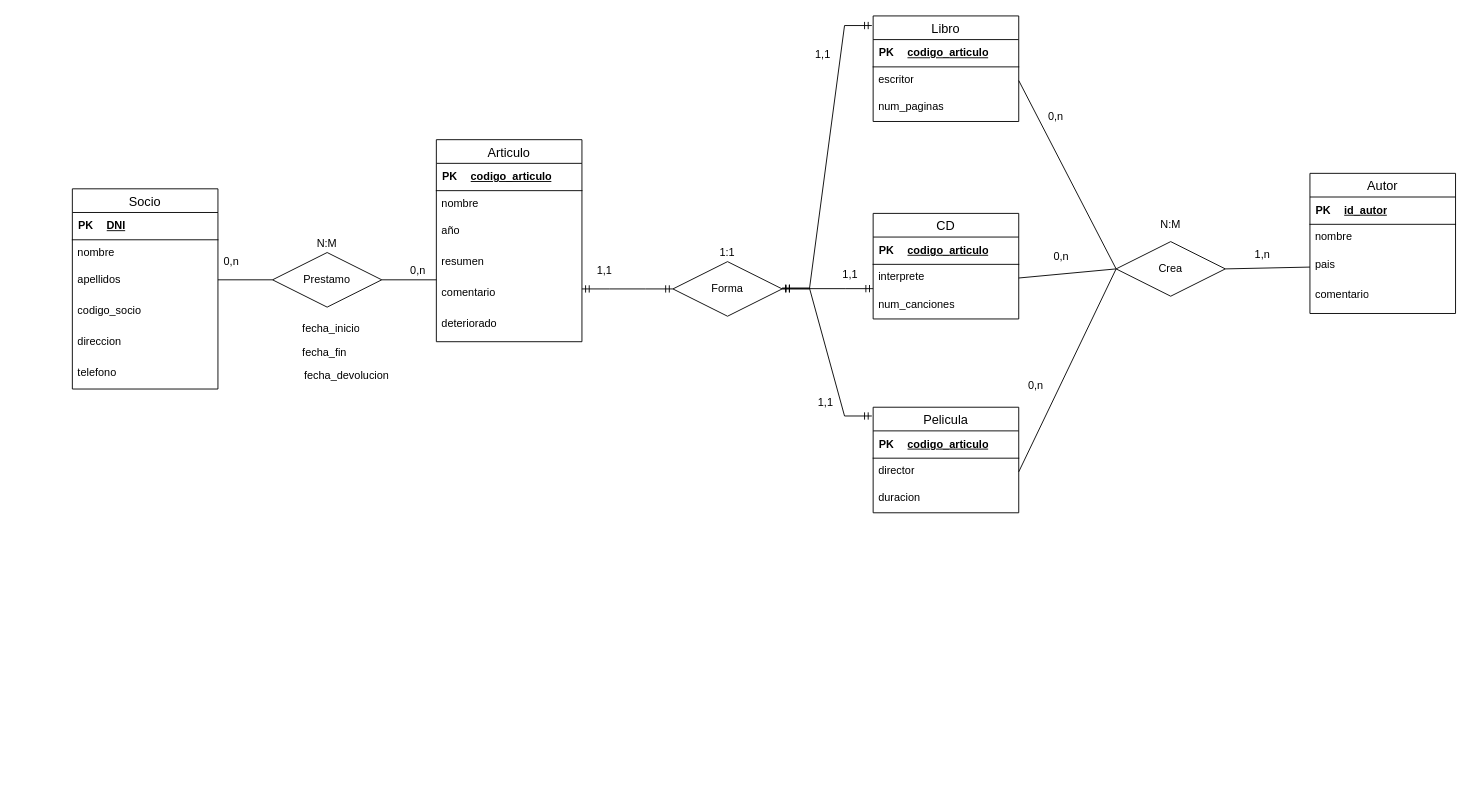
Before: Ejercicio06.drawio in Daninuro/diagrames-cvf-dn-mpl-n-11102023, a draw.io diagram. Source tidied: cells renumbered, new cells numbered last; positions are measured from the earlier drawing's top-left corner, leaving out a move shared by most shapes. Both pictures are drawn from the tidied source at 91%, with x=0, y=0 at pixel (72, 15).
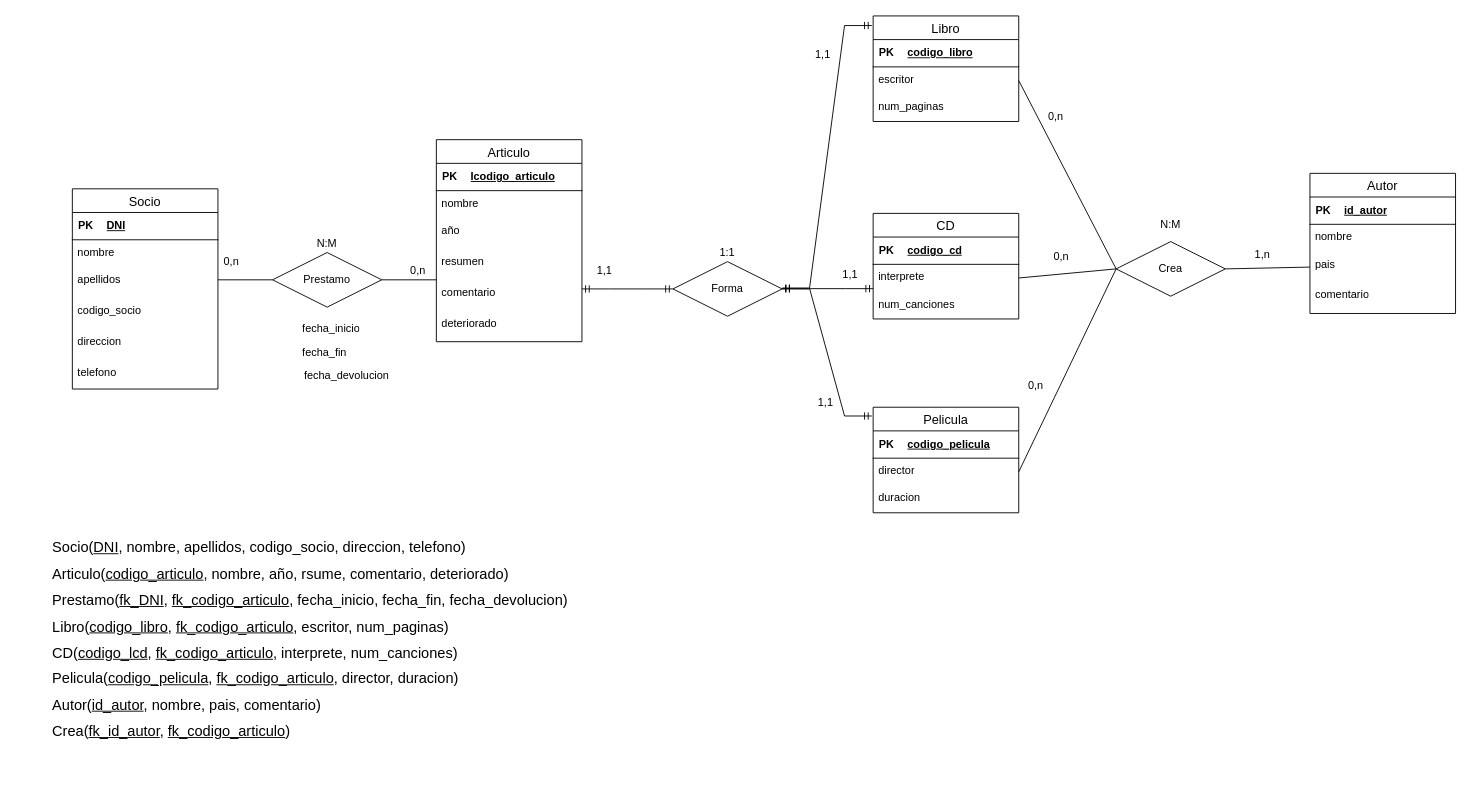
Above is the later version.

The change refers to these unchanged cells:
```xml
<mxCell id="14" style="shape=tableRow;horizontal=0;startSize=0;swimlaneHead=0;swimlaneBody=0;fillColor=none;top=0;left=0;right=0;bottom=1;" parent="13" vertex="1">
  <mxGeometry width="160" height="30" as="geometry" />
</mxCell>
<mxCell id="24" style="shape=tableRow;horizontal=0;startSize=0;swimlaneHead=0;swimlaneBody=0;fillColor=none;top=0;left=0;right=0;bottom=1;" parent="23" vertex="1">
  <mxGeometry width="160" height="30" as="geometry" />
</mxCell>
<mxCell id="31" style="shape=tableRow;horizontal=0;startSize=0;swimlaneHead=0;swimlaneBody=0;fillColor=none;top=0;left=0;right=0;bottom=1;" parent="30" vertex="1">
  <mxGeometry width="160" height="30" as="geometry" />
</mxCell>
<mxCell id="38" style="shape=tableRow;horizontal=0;startSize=0;swimlaneHead=0;swimlaneBody=0;fillColor=none;top=0;left=0;right=0;bottom=1;" parent="37" vertex="1">
  <mxGeometry width="160" height="30" as="geometry" />
</mxCell>
```

Change to the diagram source:
```diff
@@
-    <mxCell id="16" value="codigo_articulo" style="shape=partialRectangle;fillColor=none;top=0;left=0;bottom=0;right=0;align=left;spacingLeft=6;fontStyle=5;overflow=hidden;whiteSpace=wrap;html=1;" parent="14" vertex="1">
+    <mxCell id="16" value="Icodigo_articulo" style="shape=partialRectangle;fillColor=none;top=0;left=0;bottom=0;right=0;align=left;spacingLeft=6;fontStyle=5;overflow=hidden;whiteSpace=wrap;html=1;" parent="14" vertex="1">
       <mxGeometry x="30" width="130" height="30" as="geometry" />
     </mxCell>
@@
-    <mxCell id="26" value="codigo_articulo" style="shape=partialRectangle;fillColor=none;top=0;left=0;bottom=0;right=0;align=left;spacingLeft=6;fontStyle=5;overflow=hidden;whiteSpace=wrap;html=1;" parent="24" vertex="1">
+    <mxCell id="26" value="codigo_pelicula" style="shape=partialRectangle;fillColor=none;top=0;left=0;bottom=0;right=0;align=left;spacingLeft=6;fontStyle=5;overflow=hidden;whiteSpace=wrap;html=1;" parent="24" vertex="1">
       <mxGeometry x="30" width="130" height="30" as="geometry" />
     </mxCell>
@@
-    <mxCell id="33" value="codigo_articulo" style="shape=partialRectangle;fillColor=none;top=0;left=0;bottom=0;right=0;align=left;spacingLeft=6;fontStyle=5;overflow=hidden;whiteSpace=wrap;html=1;" parent="31" vertex="1">
+    <mxCell id="33" value="codigo_libro" style="shape=partialRectangle;fillColor=none;top=0;left=0;bottom=0;right=0;align=left;spacingLeft=6;fontStyle=5;overflow=hidden;whiteSpace=wrap;html=1;" parent="31" vertex="1">
       <mxGeometry x="30" width="130" height="30" as="geometry" />
     </mxCell>
@@
-    <mxCell id="40" value="codigo_articulo" style="shape=partialRectangle;fillColor=none;top=0;left=0;bottom=0;right=0;align=left;spacingLeft=6;fontStyle=5;overflow=hidden;whiteSpace=wrap;html=1;" parent="38" vertex="1">
+    <mxCell id="40" value="codigo_cd" style="shape=partialRectangle;fillColor=none;top=0;left=0;bottom=0;right=0;align=left;spacingLeft=6;fontStyle=5;overflow=hidden;whiteSpace=wrap;html=1;" parent="38" vertex="1">
       <mxGeometry x="30" width="130" height="30" as="geometry" />
     </mxCell>
@@
+    <mxCell id="80" value="&lt;div style=&quot;border-color: var(--border-color); text-align: justify; line-height: 28.8px; font-size: 16px;&quot;&gt;&lt;font style=&quot;border-color: var(--border-color);&quot;&gt;Socio(&lt;u style=&quot;border-color: var(--border-color); background-color: initial;&quot;&gt;DNI&lt;/u&gt;&lt;span style=&quot;border-color: var(--border-color); background-color: initial;&quot;&gt;, nombre, apellidos, codigo_socio, direccion, telefono)&lt;/span&gt;&lt;/font&gt;&lt;/div&gt;&lt;div style=&quot;border-color: var(--border-color); text-align: justify; line-height: 28.8px; font-size: 16px;&quot;&gt;&lt;font style=&quot;border-color: var(--border-color);&quot;&gt;Articulo(&lt;u style=&quot;border-color: var(--border-color); background-color: initial;&quot;&gt;codigo_articulo&lt;/u&gt;&lt;span style=&quot;border-color: var(--border-color); background-color: initial;&quot;&gt;, nombre, año, rsume, comentario, deteriorado)&lt;/span&gt;&lt;span style=&quot;border-color: var(--border-color); background-color: initial;&quot;&gt;&lt;br style=&quot;border-color: var(--border-color);&quot;&gt;&lt;/span&gt;&lt;/font&gt;&lt;/div&gt;&lt;font style=&quot;border-color: var(--border-color); font-size: 16px;&quot;&gt;&lt;div style=&quot;border-color: var(--border-color); text-align: justify; line-height: 28.8px;&quot;&gt;&lt;span style=&quot;border-color: var(--border-color); background-color: initial;&quot;&gt;Prestamo(&lt;/span&gt;&lt;u style=&quot;border-color: var(--border-color); background-color: initial;&quot;&gt;fk_DNI&lt;/u&gt;&lt;span style=&quot;border-color: var(--border-color); background-color: initial;&quot;&gt;,&amp;nbsp;&lt;/span&gt;&lt;u style=&quot;border-color: var(--border-color); background-color: initial;&quot;&gt;fk_codigo_articulo&lt;/u&gt;&lt;span style=&quot;border-color: var(--border-color); background-color: initial;&quot;&gt;, fecha_inicio, fecha_fin, fecha_devolucion)&lt;/span&gt;&lt;/div&gt;&lt;div style=&quot;border-color: var(--border-color); text-align: justify; line-height: 28.8px;&quot;&gt;&lt;span style=&quot;border-color: var(--border-color); background-color: initial;&quot;&gt;Libro(&lt;u&gt;codigo_libro&lt;/u&gt;,&amp;nbsp;&lt;u style=&quot;border-color: var(--border-color);&quot;&gt;fk_codigo_articulo&lt;/u&gt;, escritor, num_paginas)&lt;/span&gt;&lt;/div&gt;&lt;div style=&quot;border-color: var(--border-color); text-align: justify; line-height: 28.8px;&quot;&gt;&lt;span style=&quot;border-color: var(--border-color); background-color: initial;&quot;&gt;CD(&lt;u&gt;codigo_lcd&lt;/u&gt;,&amp;nbsp;&lt;u style=&quot;border-color: var(--border-color);&quot;&gt;fk_codigo_articulo&lt;/u&gt;, interprete, num_canciones)&lt;/span&gt;&lt;/div&gt;&lt;div style=&quot;border-color: var(--border-color); text-align: justify; line-height: 28.8px;&quot;&gt;&lt;span style=&quot;border-color: var(--border-color); background-color: initial;&quot;&gt;Pelicula(&lt;u&gt;codigo_pelicula&lt;/u&gt;,&amp;nbsp;&lt;u style=&quot;border-color: var(--border-color);&quot;&gt;fk_codigo_articulo&lt;/u&gt;, director, duracion)&lt;/span&gt;&lt;/div&gt;&lt;div style=&quot;border-color: var(--border-color); text-align: justify; line-height: 28.8px;&quot;&gt;&lt;span style=&quot;border-color: var(--border-color); background-color: initial;&quot;&gt;Autor(&lt;/span&gt;&lt;u style=&quot;border-color: var(--border-color); background-color: initial;&quot;&gt;id_autor&lt;/u&gt;&lt;span style=&quot;border-color: var(--border-color); background-color: initial;&quot;&gt;, nombre, pais, comentario)&lt;/span&gt;&lt;/div&gt;&lt;div style=&quot;border-color: var(--border-color); text-align: justify; line-height: 28.8px;&quot;&gt;&lt;span style=&quot;border-color: var(--border-color); background-color: initial;&quot;&gt;Crea(&lt;u style=&quot;border-color: var(--border-color);&quot;&gt;fk_id_autor&lt;/u&gt;,&amp;nbsp;&lt;u style=&quot;border-color: var(--border-color);&quot;&gt;fk_codigo_articulo&lt;/u&gt;)&lt;/span&gt;&lt;/div&gt;&lt;/font&gt;" style="text;html=1;strokeColor=none;fillColor=none;align=center;verticalAlign=middle;whiteSpace=wrap;rounded=0;" parent="1" vertex="1">
+      <mxGeometry x="-62" y="523" width="647" height="325" as="geometry" />
+    </mxCell>
```
